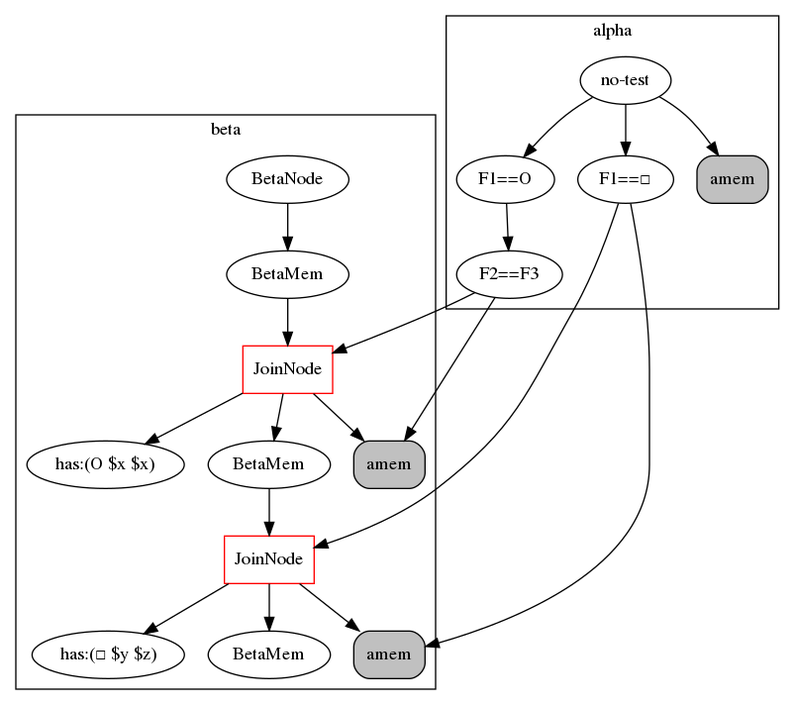
Earlier version of the Graphviz export genifer6/rete.png (Cybernetic1/python). Its source is kept beside it as genifer6/rete.dot.
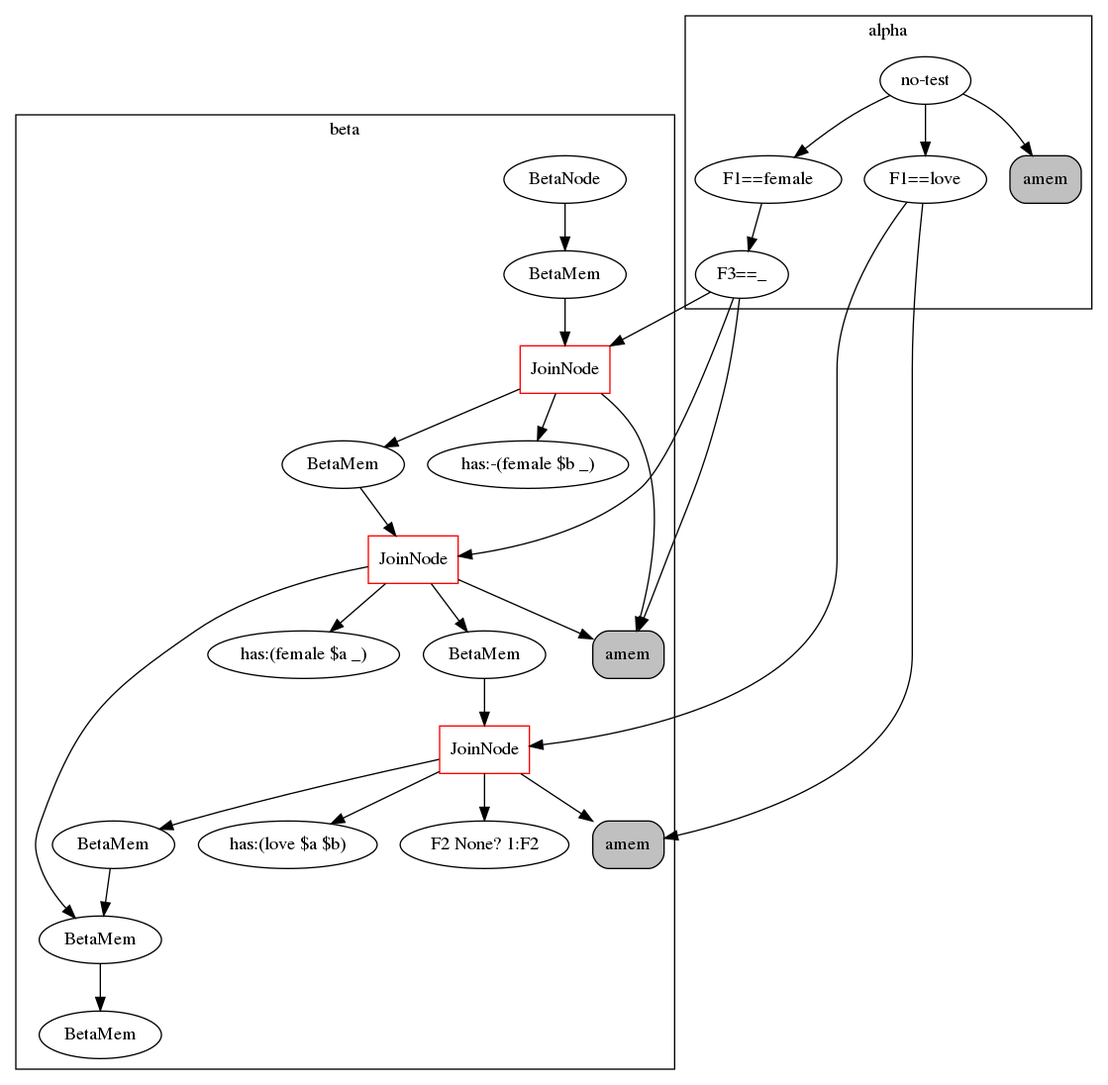
After the commit.

Change to the diagram source:
```diff
@@ -1,36 +1,50 @@
 digraph {
 	subgraph cluster_1 {
 	label = beta
-	"BetaNode 140164080520104" [label="BetaNode"];
-	"BetaMemory 140164080634008" [label="BetaMem"];
-	"BetaNode 140164080520104" -> "BetaMemory 140164080634008";
-	"JoinNode 140164080634288" [label="BetaMem"];
-	"BetaMemory 140164080634008" -> "JoinNode 140164080634288";
-	"JoinNode 140164080634288" [shape=box, color=red, label="JoinNode"];
-	"JoinNode 140164080634288" -> "amem:<rete.alpha.AlphaMemory object at 0x7f7a7e3c8978>"
-	"JoinNode 140164080634288" -> "has:(O $x $x)"
-	"BetaMemory 140164080634344" [label="BetaMem"];
-	"JoinNode 140164080634288" -> "BetaMemory 140164080634344";
-	"JoinNode 140164080634512" [label="BetaMem"];
-	"BetaMemory 140164080634344" -> "JoinNode 140164080634512";
-	"JoinNode 140164080634512" [shape=box, color=red, label="JoinNode"];
-	"JoinNode 140164080634512" -> "amem:<rete.alpha.AlphaMemory object at 0x7f7a7e3c8a58>"
-	"JoinNode 140164080634512" -> "has:(□ $y $z)"
-	"PNode 140164080633952" [label="BetaMem"];
-	"JoinNode 140164080634512" -> "PNode 140164080633952";
+	"BetaNode 140610654359504" [label="BetaNode"];
+	"BetaMemory 140610654477504" [label="BetaMem"];
+	"BetaNode 140610654359504" -> "BetaMemory 140610654477504";
+	"JoinNode 140610654477784" [label="BetaMem"];
+	"BetaMemory 140610654477504" -> "JoinNode 140610654477784";
+	"JoinNode 140610654477784" [shape=box, color=red, label="JoinNode"];
+	"JoinNode 140610654477784" -> "amem:<rete.alpha.AlphaMemory object at 0x7fe2781c9da0>"
+	"JoinNode 140610654477784" -> "has:-(female $b _)"
+	"BetaMemory 140610654477840" [label="BetaMem"];
+	"JoinNode 140610654477784" -> "BetaMemory 140610654477840";
+	"JoinNode 140610654477896" [label="BetaMem"];
+	"BetaMemory 140610654477840" -> "JoinNode 140610654477896";
+	"JoinNode 140610654477896" [shape=box, color=red, label="JoinNode"];
+	"JoinNode 140610654477896" -> "amem:<rete.alpha.AlphaMemory object at 0x7fe2781c9da0>"
+	"JoinNode 140610654477896" -> "has:(female $a _)"
+	"BetaMemory 140610654478008" [label="BetaMem"];
+	"JoinNode 140610654477896" -> "BetaMemory 140610654478008";
+	"JoinNode 140610654478232" [label="BetaMem"];
+	"BetaMemory 140610654478008" -> "JoinNode 140610654478232";
+	"JoinNode 140610654478232" [shape=box, color=red, label="JoinNode"];
+	"JoinNode 140610654478232" -> "amem:<rete.alpha.AlphaMemory object at 0x7fe2781c9f28>"
+	"JoinNode 140610654478232" -> "has:(love $a $b)"
+	"JoinNode 140610654478232" -> "F2 None? 1:F2"
+	"NccPartnerNode 140610654478288" [label="BetaMem"];
+	"JoinNode 140610654478232" -> "NccPartnerNode 140610654478288";
+	"NccPartnerNode 140610654478288" -> "NccNode 140610654477952";
+	"NccNode 140610654477952" [label="BetaMem"];
+	"JoinNode 140610654477896" -> "NccNode 140610654477952";
+	"PNode 140610654477448" [label="BetaMem"];
+	"NccNode 140610654477952" -> "PNode 140610654477448";
 	}
 	subgraph cluster_0 {
 	label = alpha
-	"no-test" -> "F1==O";
-	"F1==O" -> "F2==F3";
-	"F2==F3" -> "amem:<rete.alpha.AlphaMemory object at 0x7f7a7e3c8978>";
-	"amem:<rete.alpha.AlphaMemory object at 0x7f7a7e3c8978>" [shape=box, style="rounded,filled", label="amem", fillcolor=gray];
-	"no-test" -> "F1==□";
-	"F1==□" -> "amem:<rete.alpha.AlphaMemory object at 0x7f7a7e3c8a58>";
-	"amem:<rete.alpha.AlphaMemory object at 0x7f7a7e3c8a58>" [shape=box, style="rounded,filled", label="amem", fillcolor=gray];
-	"no-test" -> "amem:<rete.alpha.AlphaMemory object at 0x7f7a7e3ac828>";
-	"amem:<rete.alpha.AlphaMemory object at 0x7f7a7e3ac828>" [shape=box, style="rounded,filled", label="amem", fillcolor=gray];
+	"no-test" -> "F1==female";
+	"F1==female" -> "F3==_";
+	"F3==_" -> "amem:<rete.alpha.AlphaMemory object at 0x7fe2781c9da0>";
+	"amem:<rete.alpha.AlphaMemory object at 0x7fe2781c9da0>" [shape=box, style="rounded,filled", label="amem", fillcolor=gray];
+	"no-test" -> "F1==love";
+	"F1==love" -> "amem:<rete.alpha.AlphaMemory object at 0x7fe2781c9f28>";
+	"amem:<rete.alpha.AlphaMemory object at 0x7fe2781c9f28>" [shape=box, style="rounded,filled", label="amem", fillcolor=gray];
+	"no-test" -> "amem:<rete.alpha.AlphaMemory object at 0x7fe2781acd30>";
+	"amem:<rete.alpha.AlphaMemory object at 0x7fe2781acd30>" [shape=box, style="rounded,filled", label="amem", fillcolor=gray];
 	}
-	"F2==F3" -> "JoinNode 140164080634288";
-	"F1==□" -> "JoinNode 140164080634512";
+	"F3==_" -> "JoinNode 140610654477784";
+	"F3==_" -> "JoinNode 140610654477896";
+	"F1==love" -> "JoinNode 140610654478232";
 }
```
